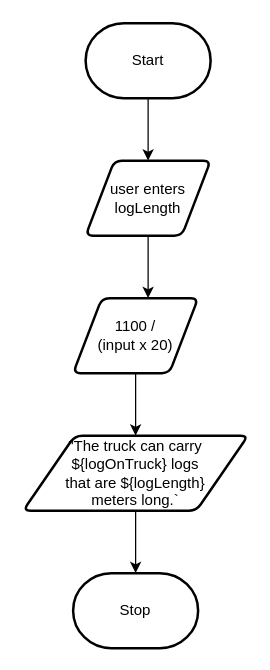
ICS4U-Templates/ICS4U-Unit1-Kaitlyn-Ip keeps this draw.io diagram as Unit1-01/design/flowchart.drawio. Above is the earlier version. Source tidied: cells renumbered, new cells numbered last; positions are measured from the earlier drawing's top-left corner, leaving out a move shared by most shapes. Both pictures are drawn from the tidied source at 125%, with x=0, y=0 at pixel (22, 22).
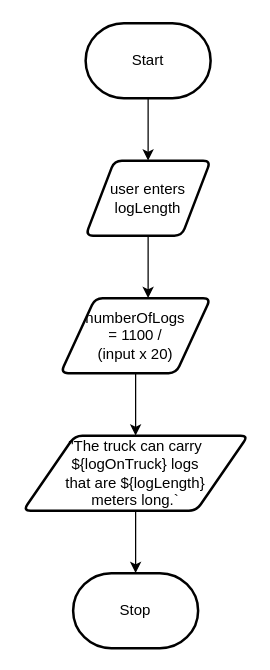
The same diagram, later.

Diff of the diagram source:
```diff
@@
 <mxGraphModel>
   <root>
     <mxCell id="0" />
     <mxCell id="1" parent="0" />
     <mxCell id="2" style="edgeStyle=none;html=1;entryX=0.5;entryY=0;entryDx=0;entryDy=0;" parent="1" edge="1" source="3" target="5">
       <mxGeometry relative="1" as="geometry" />
     </mxCell>
     <mxCell id="3" value="Start" style="strokeWidth=2;html=1;shape=mxgraph.flowchart.terminator;whiteSpace=wrap;" parent="1" vertex="1">
       <mxGeometry x="50" width="100" height="60" as="geometry" />
     </mxCell>
     <mxCell id="4" style="edgeStyle=none;html=1;" parent="1" edge="1" source="5">
       <mxGeometry relative="1" as="geometry">
         <mxPoint x="100" y="220" as="targetPoint" />
       </mxGeometry>
     </mxCell>
     <mxCell id="5" value="user enters logLength" style="shape=parallelogram;html=1;strokeWidth=2;perimeter=parallelogramPerimeter;whiteSpace=wrap;rounded=1;arcSize=12;size=0.23;" parent="1" vertex="1">
       <mxGeometry x="50" y="110" width="100" height="60" as="geometry" />
     </mxCell>
     <mxCell id="6" style="edgeStyle=none;html=1;" parent="1" edge="1" source="7" target="9">
       <mxGeometry relative="1" as="geometry" />
     </mxCell>
-    <mxCell id="7" value="1100 / &lt;br&gt;(input x 20)" style="shape=parallelogram;html=1;strokeWidth=2;perimeter=parallelogramPerimeter;whiteSpace=wrap;rounded=1;arcSize=12;size=0.23;" parent="1" vertex="1">
-      <mxGeometry x="40" y="220" width="100" height="60" as="geometry" />
+    <mxCell id="7" value="numberOfLogs &lt;br&gt;= 1100 / &lt;br&gt;(input x 20)" style="shape=parallelogram;html=1;strokeWidth=2;perimeter=parallelogramPerimeter;whiteSpace=wrap;rounded=1;arcSize=12;size=0.23;" parent="1" vertex="1">
+      <mxGeometry x="30" y="220" width="120" height="60" as="geometry" />
     </mxCell>
     <mxCell id="8" style="edgeStyle=none;html=1;entryX=0.5;entryY=0;entryDx=0;entryDy=0;entryPerimeter=0;" parent="1" edge="1" source="9" target="10">
       <mxGeometry relative="1" as="geometry" />
     </mxCell>
     <mxCell id="9" value="&quot;The truck can carry ${logOnTruck} logs &lt;br&gt;that are ${logLength} &lt;br&gt;meters long.`" style="shape=parallelogram;html=1;strokeWidth=2;perimeter=parallelogramPerimeter;whiteSpace=wrap;rounded=1;arcSize=12;size=0.23;" parent="1" vertex="1">
       <mxGeometry y="330" width="180" height="60" as="geometry" />
     </mxCell>
     <mxCell id="10" value="Stop" style="strokeWidth=2;html=1;shape=mxgraph.flowchart.terminator;whiteSpace=wrap;" parent="1" vertex="1">
       <mxGeometry x="40" y="440" width="100" height="60" as="geometry" />
     </mxCell>
   </root>
 </mxGraphModel>
```
